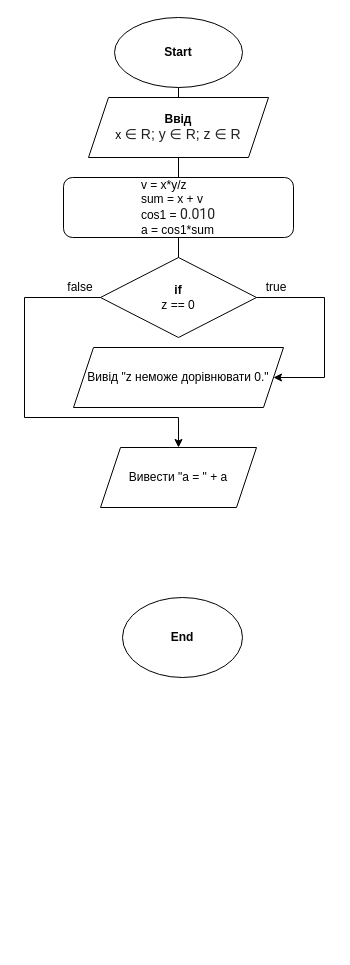
Before: page "Lab01.1" (1 of 2) of Lab01/Lab01.1.drawio in w0nna/ads-bugreyev-kp13, a draw.io diagram. Source tidied: cells renumbered, new cells numbered last; positions are measured from the earlier drawing's top-left corner, leaving out a move shared by most shapes. Both pictures are drawn from the tidied source at 100%, with x=0, y=0 at pixel (24, 17).
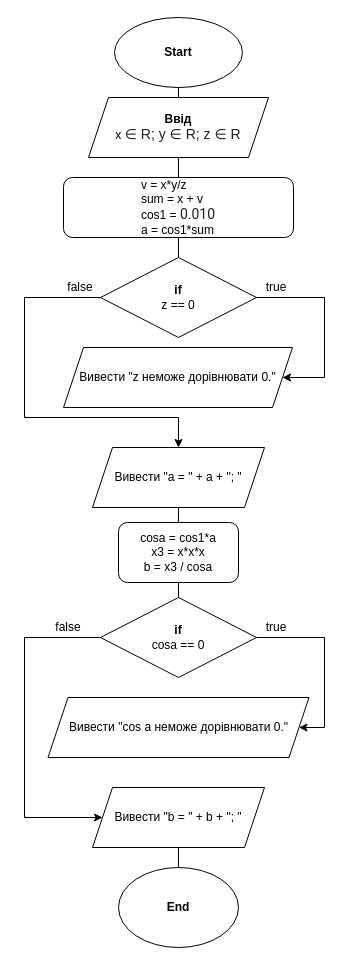
Above is the later version.

Commit message:
Лабораторна робота завершена. Виправлені усі помилки.

Change to the diagram source:
```diff
@@
-    <mxCell id="11" value="&lt;span&gt;Вивід &quot;z неможе дорівнювати 0.&quot;&lt;/span&gt;" style="shape=parallelogram;perimeter=parallelogramPerimeter;whiteSpace=wrap;html=1;fixedSize=1;" parent="1" vertex="1">
-      <mxGeometry x="49" y="330" width="210" height="60" as="geometry" />
+    <mxCell id="11" value="&lt;span&gt;Вивести &quot;z неможе дорівнювати 0.&quot;&lt;/span&gt;" style="shape=parallelogram;perimeter=parallelogramPerimeter;whiteSpace=wrap;html=1;fixedSize=1;" parent="1" vertex="1">
+      <mxGeometry x="39" y="330" width="229" height="60" as="geometry" />
     </mxCell>
-    <mxCell id="12" value="Вивести &quot;а = &quot; + a" style="shape=parallelogram;perimeter=parallelogramPerimeter;whiteSpace=wrap;html=1;fixedSize=1;" parent="1" vertex="1">
-      <mxGeometry x="76" y="430" width="156" height="60" as="geometry" />
+    <mxCell id="12" value="Вивести &quot;а = &quot; + a + &quot;; &quot;" style="shape=parallelogram;perimeter=parallelogramPerimeter;whiteSpace=wrap;html=1;fixedSize=1;" parent="1" vertex="1">
+      <mxGeometry x="68" y="430" width="172" height="60" as="geometry" />
     </mxCell>
@@
     <mxCell id="14" value="&lt;b&gt;End&lt;/b&gt;" style="ellipse;whiteSpace=wrap;html=1;" parent="1" vertex="1">
-      <mxGeometry x="98" y="580" width="120" height="80" as="geometry" />
+      <mxGeometry x="94" y="850" width="120" height="80" as="geometry" />
     </mxCell>
@@
+    <mxCell id="16" value="cosa = cos1*a&lt;br&gt;x3 = x*x*x&lt;br&gt;b = x3 / cosa" style="rounded=1;whiteSpace=wrap;html=1;" parent="1" vertex="1">
+      <mxGeometry x="94" y="505" width="120" height="60" as="geometry" />
+    </mxCell>
+    <mxCell id="17" style="endArrow=none;html=1;entryX=0.5;entryY=1;entryDx=0;entryDy=0;exitX=0.5;exitY=0;exitDx=0;exitDy=0;" parent="1" edge="1" source="16" target="12">
+      <mxGeometry relative="1" as="geometry" />
+    </mxCell>
+    <mxCell id="18" style="edgeStyle=orthogonalEdgeStyle;rounded=0;jettySize=auto;html=1;entryX=1;entryY=0.5;entryDx=0;entryDy=0;" parent="1" edge="1" source="20" target="21">
+      <mxGeometry relative="1" as="geometry">
+        <Array as="points">
+          <mxPoint x="300" y="620" />
+          <mxPoint x="300" y="710" />
+        </Array>
+      </mxGeometry>
+    </mxCell>
+    <mxCell id="19" style="edgeStyle=orthogonalEdgeStyle;rounded=0;jettySize=auto;html=1;entryX=0;entryY=0.5;entryDx=0;entryDy=0;" parent="1" edge="1" source="20" target="24">
+      <mxGeometry relative="1" as="geometry">
+        <Array as="points">
+          <mxPoint y="620" />
+          <mxPoint y="800" />
+        </Array>
+      </mxGeometry>
+    </mxCell>
+    <mxCell id="20" value="&lt;b&gt;if&lt;/b&gt;&lt;br&gt;cosa == 0" style="rhombus;whiteSpace=wrap;html=1;" parent="1" vertex="1">
+      <mxGeometry x="76" y="580" width="156" height="80" as="geometry" />
+    </mxCell>
+    <mxCell id="21" value="&lt;span&gt;Вивести &quot;cos a неможе дорівнювати 0.&quot;&lt;/span&gt;" style="shape=parallelogram;perimeter=parallelogramPerimeter;whiteSpace=wrap;html=1;fixedSize=1;" parent="1" vertex="1">
+      <mxGeometry x="23.5" y="680" width="261" height="60" as="geometry" />
+    </mxCell>
+    <mxCell id="22" value="true" style="text;html=1;strokeColor=none;fillColor=none;align=center;verticalAlign=middle;whiteSpace=wrap;rounded=0;" parent="1" vertex="1">
+      <mxGeometry x="232" y="600" width="40" height="20" as="geometry" />
+    </mxCell>
+    <mxCell id="23" style="endArrow=none;html=1;entryX=0.5;entryY=1;entryDx=0;entryDy=0;exitX=0.5;exitY=0;exitDx=0;exitDy=0;" parent="1" edge="1" source="20" target="16">
+      <mxGeometry relative="1" as="geometry" />
+    </mxCell>
+    <mxCell id="24" value="Вивести &quot;b = &quot; + b + &quot;; &quot;" style="shape=parallelogram;perimeter=parallelogramPerimeter;whiteSpace=wrap;html=1;fixedSize=1;" parent="1" vertex="1">
+      <mxGeometry x="68" y="770" width="172" height="60" as="geometry" />
+    </mxCell>
+    <mxCell id="25" value="false" style="text;html=1;strokeColor=none;fillColor=none;align=center;verticalAlign=middle;whiteSpace=wrap;rounded=0;" parent="1" vertex="1">
+      <mxGeometry x="23.5" y="600" width="40" height="20" as="geometry" />
+    </mxCell>
+    <mxCell id="26" style="endArrow=none;html=1;entryX=0.5;entryY=1;entryDx=0;entryDy=0;exitX=0.5;exitY=0;exitDx=0;exitDy=0;" parent="1" edge="1" source="14" target="24">
+      <mxGeometry relative="1" as="geometry" />
+    </mxCell>
```
